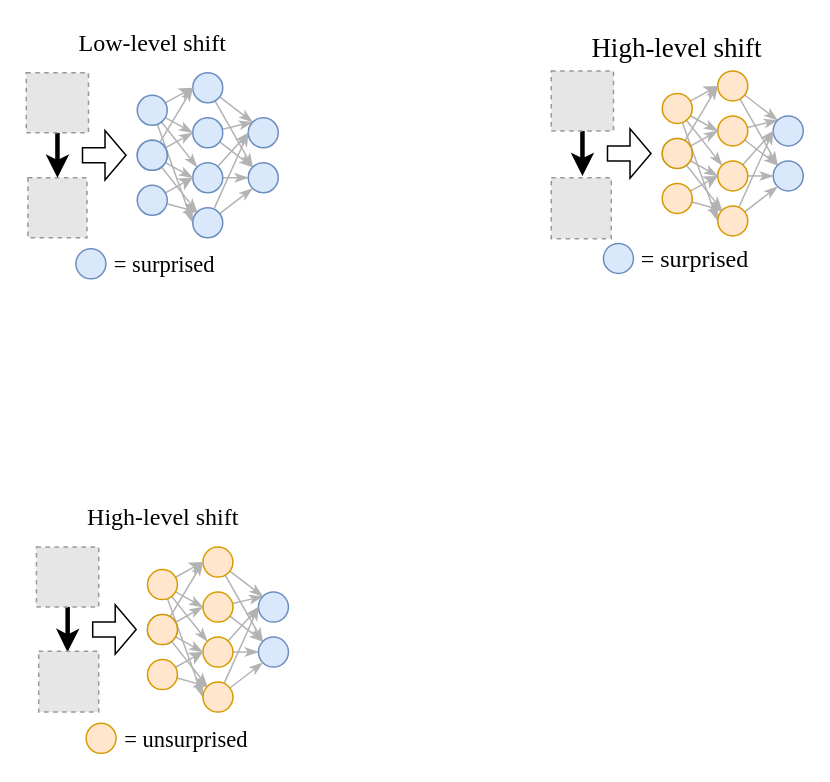
This is project_figs/unit-level.drawio from cianeastwood/cianeastwood.github.io, a draw.io file, before an edit. Source tidied: cells renumbered, new cells numbered last; positions are measured from the earlier drawing's top-left corner, leaving out a move shared by most shapes. Both pictures are drawn from the tidied source at 150%, with x=0, y=0 at pixel (26, 26). Pictures stored in the file or linked from it are replaced by grey dashed boxes.
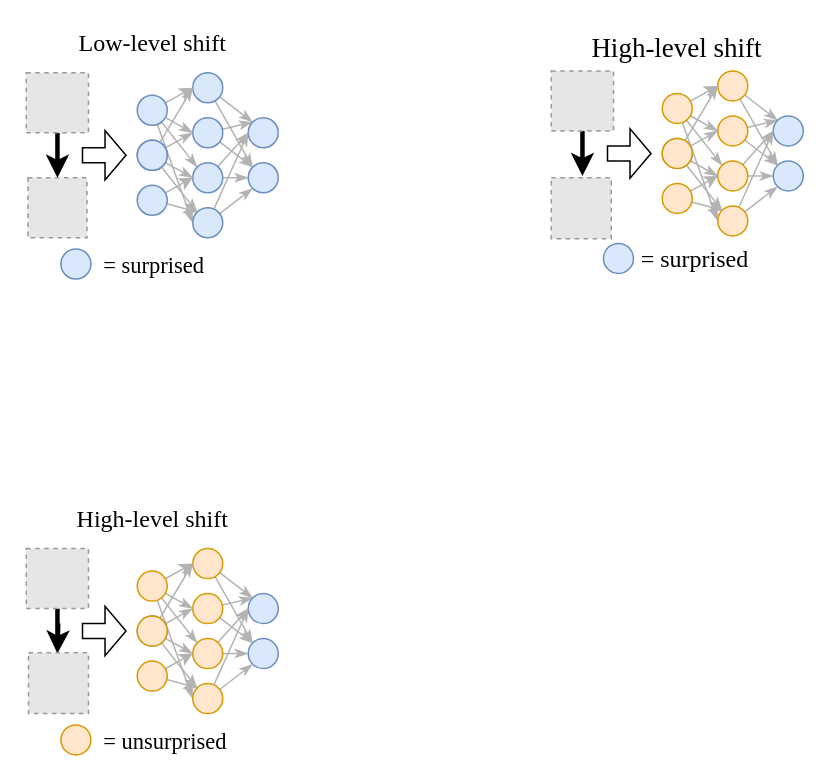
The same page after the edit.

Change to the diagram source:
```diff
@@
-    <mxCell id="70" style="group;" parent="1" vertex="1">
-      <mxGeometry x="33.1" y="147.2" width="125.2" height="22.5" as="geometry" />
-    </mxCell>
-    <mxCell id="71" style="ellipse;whiteSpace=wrap;html=1;fillColor=#dae8fc;strokeColor=#6c8ebf;" parent="70" vertex="1">
-      <mxGeometry y="1.2" width="20" height="20" as="geometry" />
-    </mxCell>
-    <mxCell id="72" value="&lt;font style=&quot;font-size: 15px&quot; face=&quot;Times New Roman&quot;&gt;&amp;nbsp;= surprised&lt;/font&gt;" style="text;html=1;strokeColor=none;fillColor=none;align=left;verticalAlign=middle;whiteSpace=wrap;rounded=0;" parent="70" vertex="1">
-      <mxGeometry x="20" width="105.2" height="22.5" as="geometry" />
-    </mxCell>
@@
     <mxCell id="77" style="ellipse;whiteSpace=wrap;html=1;fillColor=#ffe6cc;strokeColor=#d79b00;" parent="1" vertex="1">
-      <mxGeometry x="80.8" y="362.2" width="20" height="20" as="geometry" />
+      <mxGeometry x="74" y="363.2" width="20" height="20" as="geometry" />
     </mxCell>
     <mxCell id="78" style="edgeStyle=orthogonalEdgeStyle;rounded=0;jettySize=auto;html=1;entryX=0.5;entryY=0;entryDx=0;entryDy=0;strokeWidth=3;" parent="1" edge="1" source="79">
       <mxGeometry relative="1" as="geometry">
-        <mxPoint x="27.5" y="417.2" as="targetPoint" />
+        <mxPoint x="20.8" y="418.2" as="targetPoint" />
       </mxGeometry>
     </mxCell>
     <mxCell id="79" style="fillColor=#E6E6E6;strokeColor=#999999;dashed=1;verticalLabelPosition=bottom;labelBackgroundColor=default;verticalAlign=top;" parent="1" vertex="1">
-      <mxGeometry x="6.8" y="347.2" width="41.5" height="40" as="geometry" />
+      <mxGeometry y="348.2" width="41.5" height="40" as="geometry" />
     </mxCell>
     <mxCell id="80" style="ellipse;whiteSpace=wrap;html=1;fillColor=#dae8fc;strokeColor=#6c8ebf;" parent="1" vertex="1">
-      <mxGeometry x="80.8" y="392.2" width="20" height="20" as="geometry" />
+      <mxGeometry x="74" y="393.2" width="20" height="20" as="geometry" />
     </mxCell>
@@
     <mxCell id="83" style="ellipse;whiteSpace=wrap;html=1;fillColor=#ffe6cc;strokeColor=#d79b00;" parent="1" vertex="1">
-      <mxGeometry x="80.8" y="422.2" width="20" height="20" as="geometry" />
+      <mxGeometry x="74" y="423.2" width="20" height="20" as="geometry" />
     </mxCell>
@@
     <mxCell id="86" style="ellipse;whiteSpace=wrap;html=1;fillColor=#ffe6cc;strokeColor=#d79b00;" parent="1" vertex="1">
-      <mxGeometry x="117.8" y="347.2" width="20" height="20" as="geometry" />
+      <mxGeometry x="111" y="348.2" width="20" height="20" as="geometry" />
     </mxCell>
@@
     <mxCell id="89" style="ellipse;whiteSpace=wrap;html=1;fillColor=#ffe6cc;strokeColor=#d79b00;" parent="1" vertex="1">
-      <mxGeometry x="117.8" y="377.2" width="20" height="20" as="geometry" />
+      <mxGeometry x="111" y="378.2" width="20" height="20" as="geometry" />
     </mxCell>
@@
     <mxCell id="92" style="ellipse;whiteSpace=wrap;html=1;fillColor=#ffe6cc;strokeColor=#d79b00;" parent="1" vertex="1">
-      <mxGeometry x="117.8" y="407.2" width="20" height="20" as="geometry" />
+      <mxGeometry x="111" y="408.2" width="20" height="20" as="geometry" />
     </mxCell>
     <mxCell id="93" style="ellipse;whiteSpace=wrap;html=1;fillColor=#dae8fc;strokeColor=#6c8ebf;" parent="1" vertex="1">
-      <mxGeometry x="154.8" y="377.2" width="20" height="20" as="geometry" />
+      <mxGeometry x="148" y="378.2" width="20" height="20" as="geometry" />
     </mxCell>
     <mxCell id="94" style="ellipse;whiteSpace=wrap;html=1;fillColor=#dae8fc;strokeColor=#6c8ebf;" parent="1" vertex="1">
-      <mxGeometry x="154.8" y="407.2" width="20" height="20" as="geometry" />
+      <mxGeometry x="148" y="408.2" width="20" height="20" as="geometry" />
     </mxCell>
@@
     <mxCell id="97" style="ellipse;whiteSpace=wrap;html=1;fillColor=#ffe6cc;strokeColor=#d79b00;" parent="1" vertex="1">
-      <mxGeometry x="117.8" y="437.2" width="20" height="20" as="geometry" />
+      <mxGeometry x="111" y="438.2" width="20" height="20" as="geometry" />
     </mxCell>
     <mxCell id="98" style="shape=flexArrow;endArrow=classic;html=1;rounded=0;endWidth=22;endSize=4.33;width=10;fillColor=default;strokeWidth=1;" parent="1" edge="1">
       <mxGeometry relative="1" as="geometry">
-        <mxPoint x="43.8" y="402.2" as="sourcePoint" />
-        <mxPoint x="73.8" y="402.2" as="targetPoint" />
+        <mxPoint x="37" y="403.2" as="sourcePoint" />
+        <mxPoint x="67" y="403.2" as="targetPoint" />
       </mxGeometry>
     </mxCell>
     <mxCell id="99" value="&lt;font size=&quot;1&quot; face=&quot;Times New Roman&quot;&gt;&lt;span style=&quot;font-weight: normal ; font-size: 16px&quot;&gt;High-level shift&lt;/span&gt;&lt;/font&gt;" style="text;html=1;strokeColor=none;fillColor=none;align=center;verticalAlign=middle;whiteSpace=wrap;rounded=0;fontStyle=1;" parent="1" vertex="1">
-      <mxGeometry x="13.5" y="316" width="154.5" height="22.5" as="geometry" />
+      <mxGeometry x="6.8" y="317" width="154.5" height="22.5" as="geometry" />
     </mxCell>
@@
     <mxCell id="104" style="ellipse;whiteSpace=wrap;html=1;fillColor=#ffe6cc;strokeColor=#d79b00;" parent="1" vertex="1">
-      <mxGeometry x="80.8" y="392.2" width="20" height="20" as="geometry" />
+      <mxGeometry x="74" y="393.2" width="20" height="20" as="geometry" />
     </mxCell>
-    <mxCell id="105" style="group;" parent="1" vertex="1">
-      <mxGeometry x="39.9" y="463.5" width="125.2" height="22.5" as="geometry" />
-    </mxCell>
+    <mxCell id="108" style="fillColor=#E6E6E6;strokeColor=#999999;dashed=1;verticalLabelPosition=bottom;labelBackgroundColor=default;verticalAlign=top;" parent="1" vertex="1">
+      <mxGeometry x="1.5" y="417.6" width="40" height="40.6" as="geometry" />
+    </mxCell>
+    <mxCell id="72" value="&lt;span style=&quot;font-family: &amp;#34;times new roman&amp;#34; ; font-size: 15px&quot;&gt;&amp;nbsp;= surprised&lt;/span&gt;" style="rounded=0;whiteSpace=wrap;html=1;strokeColor=none;align=left;" parent="1" vertex="1">
+      <mxGeometry x="45.7" y="148.5" width="115.5" height="20" as="geometry" />
+    </mxCell>
+    <mxCell id="71" style="ellipse;whiteSpace=wrap;html=1;fillColor=#dae8fc;strokeColor=#6c8ebf;" parent="1" vertex="1">
+      <mxGeometry x="23.1" y="148.5" width="20" height="20" as="geometry" />
+    </mxCell>
+    <mxCell id="107" value="&lt;span style=&quot;font-family: &amp;#34;times new roman&amp;#34; ; font-size: 15px&quot;&gt;&amp;nbsp;= unsurprised&lt;/span&gt;" style="rounded=0;whiteSpace=wrap;html=1;strokeColor=none;align=left;" parent="1" vertex="1">
+      <mxGeometry x="45.7" y="466" width="115.5" height="20" as="geometry" />
+    </mxCell>
-    <mxCell id="106" style="ellipse;whiteSpace=wrap;html=1;fillColor=#ffe6cc;strokeColor=#d79b00;" parent="105" vertex="1">
-      <mxGeometry y="1.2" width="20" height="20" as="geometry" />
+    <mxCell id="106" style="ellipse;whiteSpace=wrap;html=1;fillColor=#ffe6cc;strokeColor=#d79b00;" parent="1" vertex="1">
+      <mxGeometry x="23.1" y="465.8" width="20" height="20" as="geometry" />
     </mxCell>
-    <mxCell id="107" value="&lt;font style=&quot;font-size: 15px&quot; face=&quot;Times New Roman&quot;&gt;&amp;nbsp;= unsurprised&lt;/font&gt;" style="text;html=1;strokeColor=none;fillColor=none;align=left;verticalAlign=middle;whiteSpace=wrap;rounded=0;" parent="105" vertex="1">
-      <mxGeometry x="20" width="105.2" height="22.5" as="geometry" />
-    </mxCell>
-    <mxCell id="108" style="fillColor=#E6E6E6;strokeColor=#999999;dashed=1;verticalLabelPosition=bottom;labelBackgroundColor=default;verticalAlign=top;" parent="1" vertex="1">
-      <mxGeometry x="8.3" y="416.6" width="40" height="40.6" as="geometry" />
-    </mxCell>
```
